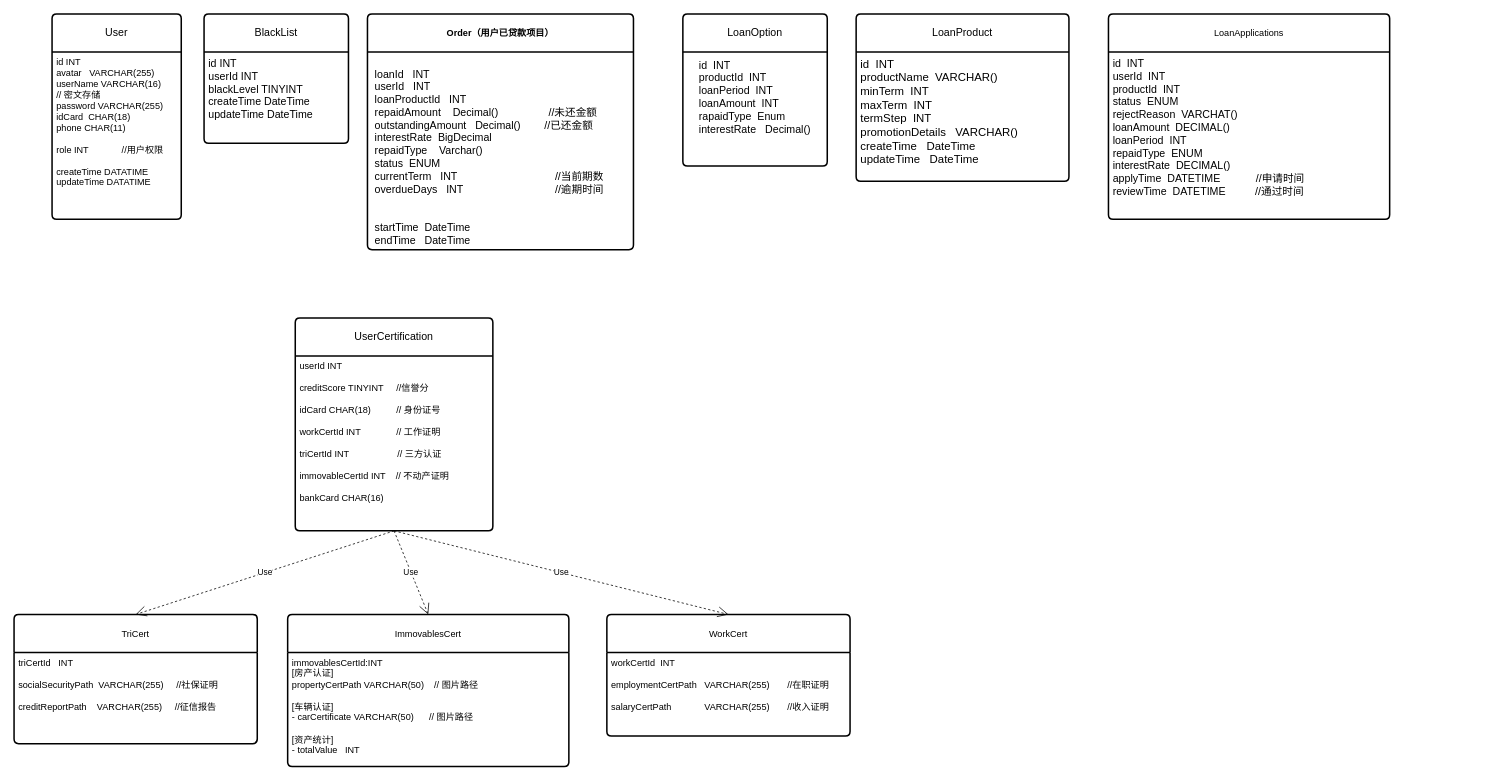
syntheticfeather/Conpre_object keeps this draw.io diagram as 需求分析/数据库图.drawio. Above is the earlier version. Source tidied: cells renumbered, new cells numbered last; positions are measured from the earlier drawing's top-left corner, leaving out a move shared by most shapes. Both pictures are drawn from the tidied source at 76%, with x=0, y=0 at pixel (14, 14).
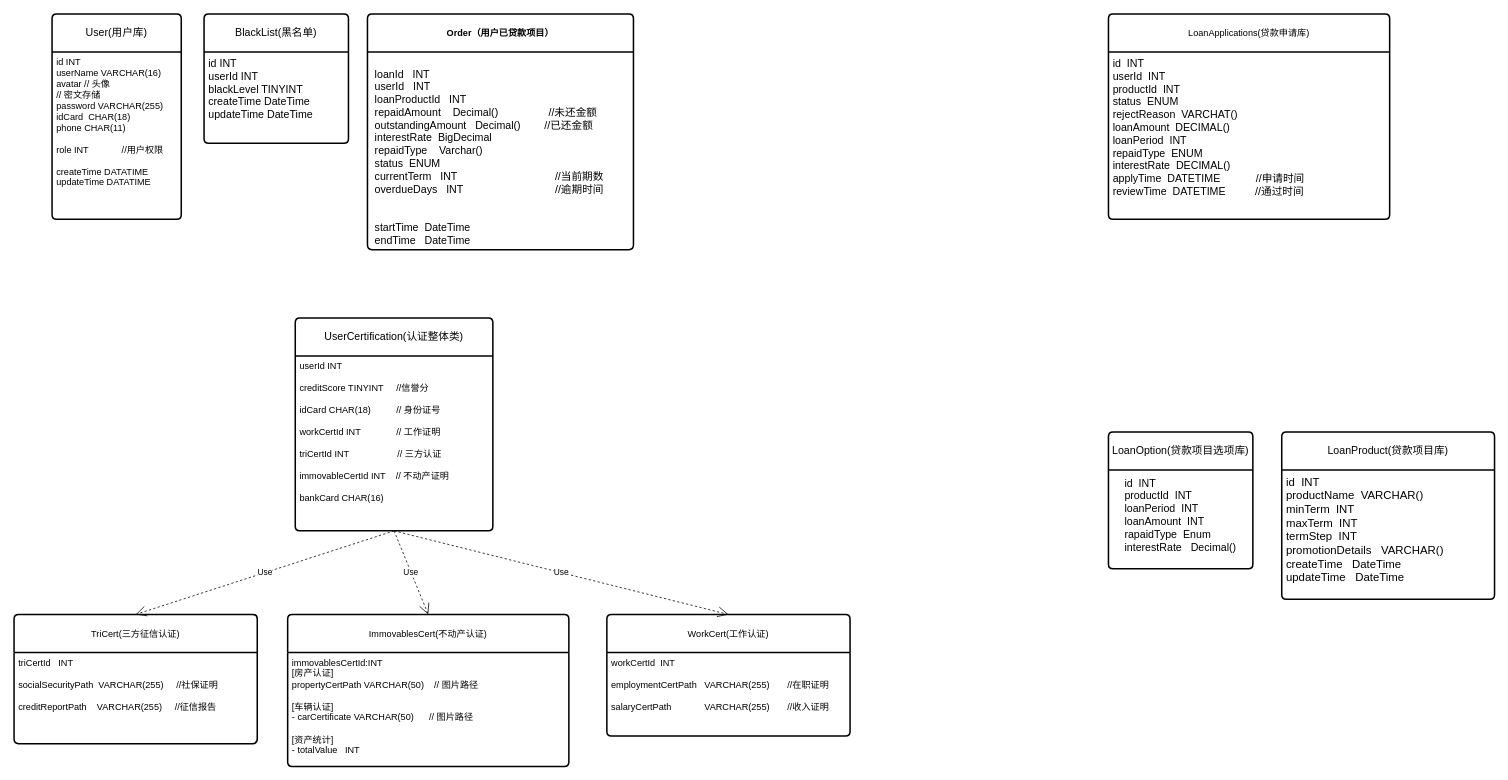
The same diagram, later.

Change to the diagram source:
```diff
@@
-    <mxCell id="4" value="LoanOption" style="swimlane;horizontal=1;startSize=50;rounded=1;fontSize=14;fontStyle=0;strokeWidth=2;shadow=0;dashed=0;align=center;arcSize=4;whiteSpace=wrap;html=1;" parent="1" vertex="1">
-      <mxGeometry x="880" width="190" height="200" as="geometry" />
+    <mxCell id="4" value="LoanOption(贷款项目选项库)" style="swimlane;horizontal=1;startSize=50;rounded=1;fontSize=14;fontStyle=0;strokeWidth=2;shadow=0;dashed=0;align=center;arcSize=4;whiteSpace=wrap;html=1;" parent="1" vertex="1">
+      <mxGeometry x="1440" y="550" width="190" height="180" as="geometry" />
     </mxCell>
@@
-    <mxCell id="6" value="User" style="swimlane;horizontal=1;startSize=50;rounded=1;fontSize=14;fontStyle=0;strokeWidth=2;shadow=0;dashed=0;align=center;arcSize=4;whiteSpace=wrap;html=1;" parent="1" vertex="1">
+    <mxCell id="6" value="User(用户库)" style="swimlane;horizontal=1;startSize=50;rounded=1;fontSize=14;fontStyle=0;strokeWidth=2;shadow=0;dashed=0;align=center;arcSize=4;whiteSpace=wrap;html=1;" parent="1" vertex="1">
       <mxGeometry x="50" width="170" height="270" as="geometry" />
     </mxCell>
-    <mxCell id="7" value="id INT&lt;div&gt;avatar&amp;nbsp; &amp;nbsp;VARCHAR(255)&lt;br&gt;&lt;div&gt;userName VARCHAR(16)&lt;/div&gt;&lt;div&gt;// 密文存储&lt;/div&gt;&lt;div&gt;password VARCHAR(255)&lt;/div&gt;&lt;div&gt;idCard&amp;nbsp; CHAR(18)&lt;/div&gt;&lt;div&gt;phone&amp;nbsp;CHAR(11)&lt;/div&gt;&lt;div&gt;&lt;br&gt;&lt;/div&gt;&lt;div&gt;role INT&amp;nbsp; &amp;nbsp; &amp;nbsp; &amp;nbsp; &amp;nbsp; &amp;nbsp; &amp;nbsp;//用户权限&lt;/div&gt;&lt;div&gt;&lt;br&gt;&lt;/div&gt;&lt;div&gt;createTime&amp;nbsp;DATATIME&lt;/div&gt;&lt;div&gt;updateTime&amp;nbsp;DATATIME&lt;/div&gt;&lt;div&gt;&lt;br&gt;&lt;/div&gt;&lt;/div&gt;" style="align=left;strokeColor=none;fillColor=none;spacingLeft=4;spacingRight=4;fontSize=12;verticalAlign=top;html=1;whiteSpace=wrap;" parent="6" vertex="1">
+    <mxCell id="7" value="id INT&lt;div&gt;userName VARCHAR(16)&lt;/div&gt;&lt;div&gt;avatar // 头像&lt;/div&gt;&lt;div&gt;// 密文存储&lt;/div&gt;&lt;div&gt;password VARCHAR(255)&lt;/div&gt;&lt;div&gt;idCard&amp;nbsp; CHAR(18)&lt;/div&gt;&lt;div&gt;phone&amp;nbsp;CHAR(11)&lt;/div&gt;&lt;div&gt;&lt;br&gt;&lt;/div&gt;&lt;div&gt;role INT&amp;nbsp; &amp;nbsp; &amp;nbsp; &amp;nbsp; &amp;nbsp; &amp;nbsp; &amp;nbsp;//用户权限&lt;/div&gt;&lt;div&gt;&lt;br&gt;&lt;/div&gt;&lt;div&gt;createTime&amp;nbsp;DATATIME&lt;/div&gt;&lt;div&gt;updateTime&amp;nbsp;DATATIME&lt;/div&gt;&lt;div&gt;&lt;br&gt;&lt;/div&gt;" style="align=left;strokeColor=none;fillColor=none;spacingLeft=4;spacingRight=4;fontSize=12;verticalAlign=top;html=1;whiteSpace=wrap;" parent="6" vertex="1">
       <mxGeometry y="50" width="170" height="220" as="geometry" />
     </mxCell>
-    <mxCell id="8" value="BlackList" style="swimlane;horizontal=1;startSize=50;rounded=1;fontSize=14;fontStyle=0;strokeWidth=2;shadow=0;dashed=0;align=center;arcSize=4;whiteSpace=wrap;html=1;" parent="1" vertex="1">
+    <mxCell id="8" value="BlackList(黑名单)" style="swimlane;horizontal=1;startSize=50;rounded=1;fontSize=14;fontStyle=0;strokeWidth=2;shadow=0;dashed=0;align=center;arcSize=4;whiteSpace=wrap;html=1;" parent="1" vertex="1">
       <mxGeometry x="250" width="190" height="170" as="geometry" />
     </mxCell>
@@
-    <mxCell id="10" value="UserCertification" style="swimlane;horizontal=1;startSize=50;rounded=1;fontSize=14;fontStyle=0;strokeWidth=2;shadow=0;dashed=0;align=center;arcSize=4;whiteSpace=wrap;html=1;" parent="1" vertex="1">
+    <mxCell id="10" value="UserCertification(认证整体类)" style="swimlane;horizontal=1;startSize=50;rounded=1;fontSize=14;fontStyle=0;strokeWidth=2;shadow=0;dashed=0;align=center;arcSize=4;whiteSpace=wrap;html=1;" parent="1" vertex="1">
       <mxGeometry x="370" y="400" width="260" height="280" as="geometry" />
     </mxCell>
@@
-    <mxCell id="12" value="&lt;span style=&quot;font-size: 12px; text-align: left;&quot;&gt;ImmovablesCert&lt;/span&gt;" style="swimlane;horizontal=1;startSize=50;rounded=1;fontSize=14;fontStyle=0;strokeWidth=2;shadow=0;dashed=0;align=center;arcSize=4;whiteSpace=wrap;html=1;" parent="1" vertex="1">
+    <mxCell id="12" value="&lt;span style=&quot;font-size: 12px; text-align: left;&quot;&gt;ImmovablesCert(不动产认证)&lt;/span&gt;" style="swimlane;horizontal=1;startSize=50;rounded=1;fontSize=14;fontStyle=0;strokeWidth=2;shadow=0;dashed=0;align=center;arcSize=4;whiteSpace=wrap;html=1;" parent="1" vertex="1">
       <mxGeometry x="360" y="790" width="370" height="200" as="geometry" />
     </mxCell>
@@
-    <mxCell id="14" value="&lt;span style=&quot;font-size: 12px; text-align: left;&quot;&gt;TriCert&lt;/span&gt;" style="swimlane;horizontal=1;startSize=50;rounded=1;fontSize=14;fontStyle=0;strokeWidth=2;shadow=0;dashed=0;align=center;arcSize=4;whiteSpace=wrap;html=1;" parent="1" vertex="1">
+    <mxCell id="14" value="&lt;span style=&quot;font-size: 12px; text-align: left;&quot;&gt;TriCert(三方征信认证)&lt;/span&gt;" style="swimlane;horizontal=1;startSize=50;rounded=1;fontSize=14;fontStyle=0;strokeWidth=2;shadow=0;dashed=0;align=center;arcSize=4;whiteSpace=wrap;html=1;" parent="1" vertex="1">
       <mxGeometry y="790" width="320" height="170" as="geometry" />
     </mxCell>
@@
-    <mxCell id="16" value="LoanProduct" style="swimlane;horizontal=1;startSize=50;rounded=1;fontSize=14;fontStyle=0;strokeWidth=2;shadow=0;dashed=0;align=center;arcSize=4;whiteSpace=wrap;html=1;" parent="1" vertex="1">
-      <mxGeometry x="1108" width="280" height="220" as="geometry" />
+    <mxCell id="16" value="LoanProduct(贷款项目库)" style="swimlane;horizontal=1;startSize=50;rounded=1;fontSize=14;fontStyle=0;strokeWidth=2;shadow=0;dashed=0;align=center;arcSize=4;whiteSpace=wrap;html=1;" parent="1" vertex="1">
+      <mxGeometry x="1668" y="550" width="280" height="220" as="geometry" />
     </mxCell>
@@
-    <mxCell id="18" value="&lt;span style=&quot;font-size: 12px; text-align: left;&quot;&gt;LoanApplications&lt;/span&gt;" style="swimlane;horizontal=1;startSize=50;rounded=1;fontSize=14;fontStyle=0;strokeWidth=2;shadow=0;dashed=0;align=center;arcSize=4;whiteSpace=wrap;html=1;" parent="1" vertex="1">
+    <mxCell id="18" value="&lt;span style=&quot;font-size: 12px; text-align: left;&quot;&gt;LoanApplications(贷款申请库)&lt;/span&gt;" style="swimlane;horizontal=1;startSize=50;rounded=1;fontSize=14;fontStyle=0;strokeWidth=2;shadow=0;dashed=0;align=center;arcSize=4;whiteSpace=wrap;html=1;" parent="1" vertex="1">
       <mxGeometry x="1440" width="370" height="270" as="geometry" />
     </mxCell>
@@
-    <mxCell id="20" value="&lt;div style=&quot;text-align: left;&quot;&gt;&lt;span style=&quot;background-color: transparent; color: light-dark(rgb(0, 0, 0), rgb(255, 255, 255)); font-size: 12px;&quot;&gt;WorkCert&lt;/span&gt;&lt;/div&gt;" style="swimlane;horizontal=1;startSize=50;rounded=1;fontSize=14;fontStyle=0;strokeWidth=2;shadow=0;dashed=0;align=center;arcSize=4;whiteSpace=wrap;html=1;" parent="1" vertex="1">
+    <mxCell id="20" value="&lt;div style=&quot;text-align: left;&quot;&gt;&lt;span style=&quot;background-color: transparent; color: light-dark(rgb(0, 0, 0), rgb(255, 255, 255)); font-size: 12px;&quot;&gt;WorkCert(工作认证)&lt;/span&gt;&lt;/div&gt;" style="swimlane;horizontal=1;startSize=50;rounded=1;fontSize=14;fontStyle=0;strokeWidth=2;shadow=0;dashed=0;align=center;arcSize=4;whiteSpace=wrap;html=1;" parent="1" vertex="1">
       <mxGeometry x="780" y="790" width="320" height="160" as="geometry" />
     </mxCell>
```
